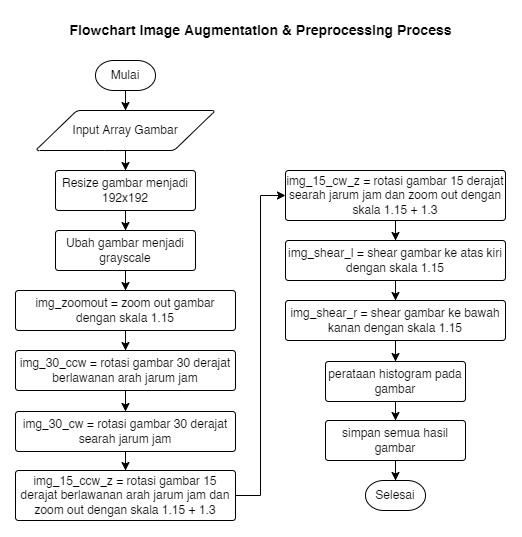
Earlier version of the draw.io export Skripsi/resource/Tugas Akhir-Flowchart Image Augmentation & Preprocessing.drawio.png (RTAgung/tugas-akhir). Source tidied: cells renumbered, new cells last; positions are measured from the earlier drawing's top-left corner, leaving out a move shared by most shapes.
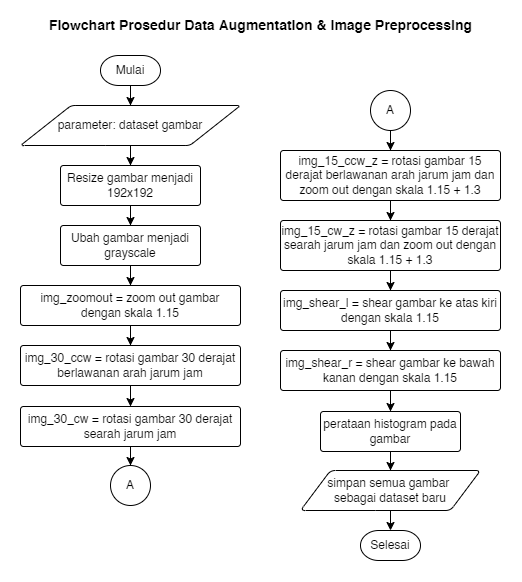
After the commit.

Change to the diagram source:
```diff
@@ -2,6 +2,9 @@
   <root>
     <mxCell id="0" />
     <mxCell id="1" parent="0" />
+    <mxCell id="30" style="rounded=0;whiteSpace=wrap;html=1;strokeColor=none;" parent="1" vertex="1">
+      <mxGeometry x="-20" y="-10" width="520" height="580" as="geometry" />
+    </mxCell>
     <mxCell id="2" style="edgeStyle=orthogonalEdgeStyle;rounded=0;jettySize=auto;html=1;entryX=0.5;entryY=0;entryDx=0;entryDy=0;" parent="1" edge="1" source="3" target="6">
       <mxGeometry relative="1" as="geometry" />
     </mxCell>
@@ -9,13 +12,13 @@
       <mxGeometry x="80" y="45" width="60" height="30" as="geometry" />
     </mxCell>
     <mxCell id="4" value="Selesai" style="strokeWidth=1;html=1;shape=mxgraph.flowchart.terminator;whiteSpace=wrap;" parent="1" vertex="1">
-      <mxGeometry x="350" y="465" width="60" height="30" as="geometry" />
+      <mxGeometry x="340" y="520" width="60" height="30" as="geometry" />
     </mxCell>
     <mxCell id="5" style="edgeStyle=orthogonalEdgeStyle;rounded=0;jettySize=auto;html=1;entryX=0.5;entryY=0;entryDx=0;entryDy=0;" parent="1" edge="1" source="6" target="8">
       <mxGeometry relative="1" as="geometry" />
     </mxCell>
-    <mxCell id="6" value="Input Array Gambar" style="shape=parallelogram;html=1;strokeWidth=1;perimeter=parallelogramPerimeter;whiteSpace=wrap;rounded=1;arcSize=8;size=0.23;" parent="1" vertex="1">
-      <mxGeometry x="20" y="95" width="180" height="40" as="geometry" />
+    <mxCell id="6" value="parameter: dataset gambar" style="shape=parallelogram;html=1;strokeWidth=1;perimeter=parallelogramPerimeter;whiteSpace=wrap;rounded=1;arcSize=8;size=0.23;" parent="1" vertex="1">
+      <mxGeometry y="95" width="220" height="40" as="geometry" />
     </mxCell>
     <mxCell id="7" style="edgeStyle=orthogonalEdgeStyle;rounded=0;jettySize=auto;html=1;entryX=0.5;entryY=0;entryDx=0;entryDy=0;" parent="1" edge="1" source="8" target="10">
       <mxGeometry relative="1" as="geometry" />
@@ -41,50 +44,63 @@
     <mxCell id="14" value="img_30_ccw = rotasi gambar 30 derajat berlawanan arah jarum jam" style="rounded=1;whiteSpace=wrap;html=1;absoluteArcSize=1;arcSize=6;strokeWidth=1;" parent="1" vertex="1">
       <mxGeometry y="335" width="220" height="40" as="geometry" />
     </mxCell>
-    <mxCell id="15" style="edgeStyle=orthogonalEdgeStyle;rounded=0;jettySize=auto;html=1;entryX=0.5;entryY=0;entryDx=0;entryDy=0;" parent="1" edge="1" source="16" target="18">
+    <mxCell id="15" style="edgeStyle=orthogonalEdgeStyle;rounded=0;jettySize=auto;html=1;entryX=0.5;entryY=0;entryDx=0;entryDy=0;" parent="1" edge="1" source="16" target="31">
       <mxGeometry relative="1" as="geometry" />
     </mxCell>
     <mxCell id="16" value="img_30_cw = rotasi gambar 30 derajat searah jarum jam" style="rounded=1;whiteSpace=wrap;html=1;absoluteArcSize=1;arcSize=6;strokeWidth=1;" parent="1" vertex="1">
       <mxGeometry y="396" width="220" height="40" as="geometry" />
     </mxCell>
-    <mxCell id="17" style="edgeStyle=orthogonalEdgeStyle;rounded=0;jettySize=auto;html=1;entryX=0;entryY=0.5;entryDx=0;entryDy=0;" parent="1" edge="1" source="18" target="20">
-      <mxGeometry relative="1" as="geometry" />
-    </mxCell>
-    <mxCell id="18" value="img_15_ccw_z = rotasi gambar 15 derajat berlawanan arah jarum jam dan zoom out dengan skala 1.15 + 1.3" style="rounded=1;whiteSpace=wrap;html=1;absoluteArcSize=1;arcSize=6;strokeWidth=1;" parent="1" vertex="1">
-      <mxGeometry y="455" width="220" height="50" as="geometry" />
-    </mxCell>
     <mxCell id="19" style="edgeStyle=orthogonalEdgeStyle;rounded=0;jettySize=auto;html=1;entryX=0.5;entryY=0;entryDx=0;entryDy=0;" parent="1" edge="1" source="20" target="22">
       <mxGeometry relative="1" as="geometry" />
     </mxCell>
     <mxCell id="20" value="img_15_cw_z = rotasi gambar 15 derajat searah jarum jam dan zoom out dengan skala 1.15 + 1.3" style="rounded=1;whiteSpace=wrap;html=1;absoluteArcSize=1;arcSize=6;strokeWidth=1;" parent="1" vertex="1">
-      <mxGeometry x="270" y="155" width="220" height="50" as="geometry" />
+      <mxGeometry x="260" y="210" width="220" height="50" as="geometry" />
     </mxCell>
     <mxCell id="21" style="edgeStyle=orthogonalEdgeStyle;rounded=0;jettySize=auto;html=1;entryX=0.5;entryY=0;entryDx=0;entryDy=0;" parent="1" edge="1" source="22" target="24">
       <mxGeometry relative="1" as="geometry" />
     </mxCell>
     <mxCell id="22" value="img_shear_l = shear gambar ke atas kiri dengan skala 1.15" style="rounded=1;whiteSpace=wrap;html=1;absoluteArcSize=1;arcSize=6;strokeWidth=1;" parent="1" vertex="1">
-      <mxGeometry x="270" y="225" width="220" height="40" as="geometry" />
+      <mxGeometry x="260" y="280" width="220" height="40" as="geometry" />
     </mxCell>
     <mxCell id="23" style="edgeStyle=orthogonalEdgeStyle;rounded=0;jettySize=auto;html=1;entryX=0.5;entryY=0;entryDx=0;entryDy=0;" parent="1" edge="1" source="24" target="26">
       <mxGeometry relative="1" as="geometry" />
     </mxCell>
     <mxCell id="24" value="img_shear_r = shear gambar ke bawah kanan dengan skala 1.15" style="rounded=1;whiteSpace=wrap;html=1;absoluteArcSize=1;arcSize=6;strokeWidth=1;" parent="1" vertex="1">
-      <mxGeometry x="270" y="285" width="220" height="40" as="geometry" />
+      <mxGeometry x="260" y="340" width="220" height="40" as="geometry" />
     </mxCell>
-    <mxCell id="25" style="edgeStyle=orthogonalEdgeStyle;rounded=0;jettySize=auto;html=1;entryX=0.5;entryY=0;entryDx=0;entryDy=0;" parent="1" edge="1" source="26" target="28">
-      <mxGeometry relative="1" as="geometry" />
+    <mxCell id="25" style="edgeStyle=orthogonalEdgeStyle;rounded=0;jettySize=auto;html=1;entryX=0.5;entryY=0;entryDx=0;entryDy=0;" parent="1" edge="1" source="26">
+      <mxGeometry relative="1" as="geometry">
+        <mxPoint x="370" y="460" as="targetPoint" />
+      </mxGeometry>
     </mxCell>
     <mxCell id="26" value="perataan histogram pada gambar" style="rounded=1;whiteSpace=wrap;html=1;absoluteArcSize=1;arcSize=6;strokeWidth=1;" parent="1" vertex="1">
-      <mxGeometry x="310" y="346" width="140" height="40" as="geometry" />
+      <mxGeometry x="300" y="401" width="140" height="40" as="geometry" />
     </mxCell>
-    <mxCell id="27" style="edgeStyle=orthogonalEdgeStyle;rounded=0;jettySize=auto;html=1;entryX=0.5;entryY=0;entryDx=0;entryDy=0;entryPerimeter=0;" parent="1" edge="1" source="28" target="4">
-      <mxGeometry relative="1" as="geometry" />
+    <mxCell id="27" style="edgeStyle=orthogonalEdgeStyle;rounded=0;jettySize=auto;html=1;entryX=0.5;entryY=0;entryDx=0;entryDy=0;entryPerimeter=0;" parent="1" edge="1" target="4">
+      <mxGeometry relative="1" as="geometry">
+        <mxPoint x="370" y="500" as="sourcePoint" />
+      </mxGeometry>
     </mxCell>
-    <mxCell id="28" value="simpan semua hasil gambar" style="rounded=1;whiteSpace=wrap;html=1;absoluteArcSize=1;arcSize=6;strokeWidth=1;" parent="1" vertex="1">
-      <mxGeometry x="310" y="405" width="140" height="40" as="geometry" />
-    </mxCell>
-    <mxCell id="29" value="Flowchart Image Augmentation &amp;amp; Preprocessing Process" style="text;html=1;align=center;verticalAlign=middle;strokeColor=none;fillColor=none;fontSize=14;fontStyle=1;" parent="1" vertex="1">
-      <mxGeometry x="45" width="400" height="30" as="geometry" />
+    <mxCell id="29" value="Flowchart Prosedur Data Augmentation &amp;amp; Image Preprocessing" style="text;html=1;align=center;verticalAlign=middle;strokeColor=none;fillColor=none;fontSize=14;fontStyle=1;" parent="1" vertex="1">
+      <mxGeometry x="15" width="450" height="30" as="geometry" />
     </mxCell>
+    <mxCell id="31" value="A" style="ellipse;whiteSpace=wrap;html=1;" parent="1" vertex="1">
+      <mxGeometry x="90" y="455" width="40" height="40" as="geometry" />
+    </mxCell>
+    <mxCell id="17" style="edgeStyle=orthogonalEdgeStyle;rounded=0;jettySize=auto;html=1;entryX=0.5;entryY=0;entryDx=0;entryDy=0;" parent="1" edge="1" source="18" target="20">
+      <mxGeometry relative="1" as="geometry" />
+    </mxCell>
+    <mxCell id="18" value="img_15_ccw_z = rotasi gambar 15 derajat berlawanan arah jarum jam dan zoom out dengan skala 1.15 + 1.3" style="rounded=1;whiteSpace=wrap;html=1;absoluteArcSize=1;arcSize=6;strokeWidth=1;" parent="1" vertex="1">
+      <mxGeometry x="260" y="140" width="220" height="50" as="geometry" />
+    </mxCell>
+    <mxCell id="32" style="edgeStyle=orthogonalEdgeStyle;rounded=0;jettySize=auto;html=1;entryX=0.5;entryY=0;entryDx=0;entryDy=0;" parent="1" edge="1" source="33" target="18">
+      <mxGeometry relative="1" as="geometry" />
+    </mxCell>
+    <mxCell id="33" value="A" style="ellipse;whiteSpace=wrap;html=1;" parent="1" vertex="1">
+      <mxGeometry x="350" y="80" width="40" height="40" as="geometry" />
+    </mxCell>
+    <mxCell id="34" value="simpan semua gambar &lt;br&gt;sebagai dataset baru" style="shape=parallelogram;html=1;strokeWidth=1;perimeter=parallelogramPerimeter;whiteSpace=wrap;rounded=1;arcSize=10;size=0.16666666666666666;" parent="1" vertex="1">
+      <mxGeometry x="280" y="460" width="180" height="40" as="geometry" />
+    </mxCell>
   </root>
 </mxGraphModel>
```
